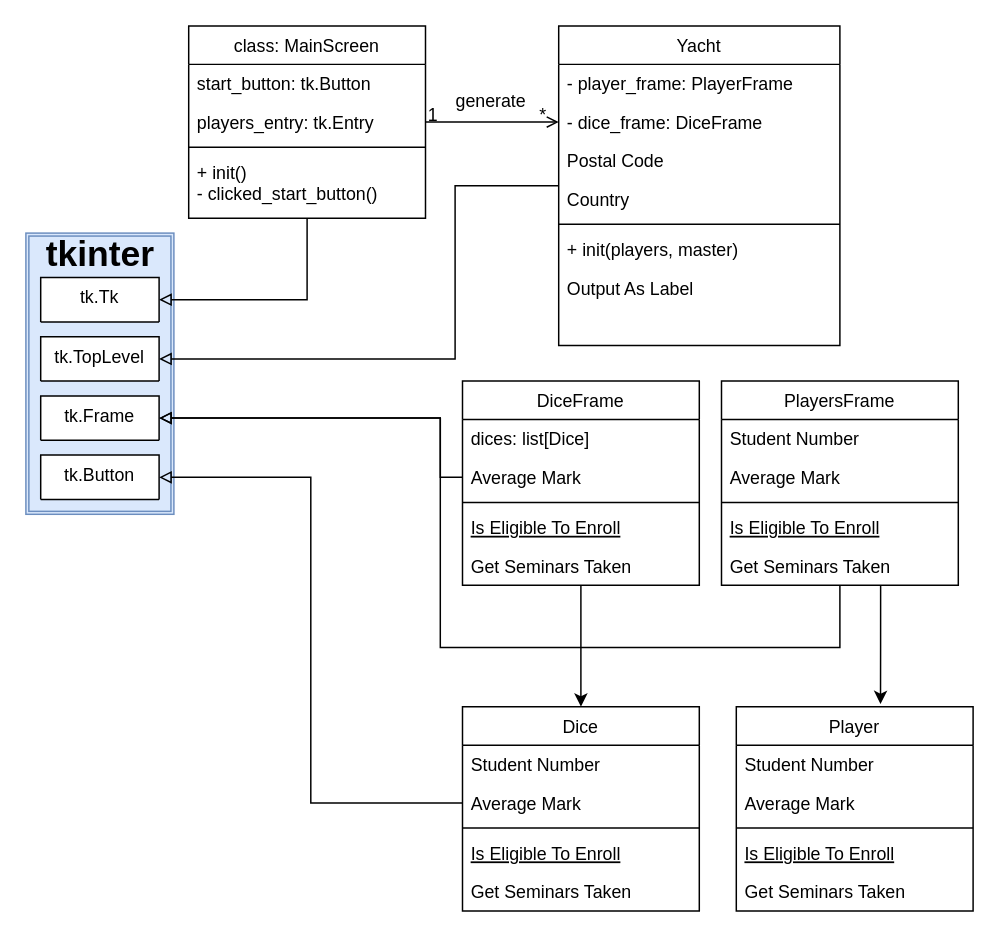
Before: draw_io/名称未設定ファイル.drawio in nosh11/yacht_shisaku, a draw.io diagram. Source tidied: cells renumbered, new cells numbered last; positions are measured from the earlier drawing's top-left corner, leaving out a move shared by most shapes. Both pictures are drawn from the tidied source at 148%, with x=0, y=0 at pixel (25, 25).
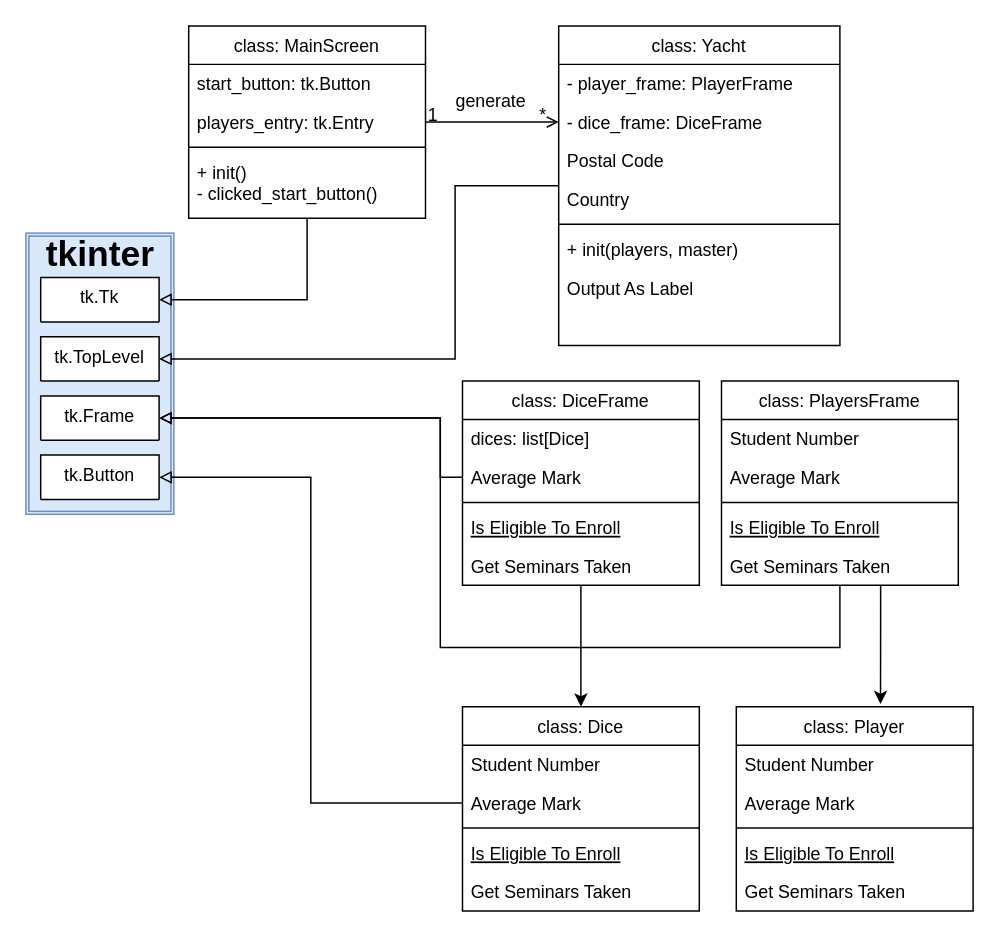
The same page after the edit.

Commit message:
名称未設定ファイル.drawio を更新します

Change to the diagram source:
```diff
@@
-    <mxCell id="10" value="DiceFrame" style="swimlane;fontStyle=0;align=center;verticalAlign=top;horizontal=1;startSize=26;rounded=0;shadow=0;strokeWidth=1;" parent="1" vertex="1">
+    <mxCell id="10" value="class: DiceFrame" style="swimlane;fontStyle=0;align=center;verticalAlign=top;horizontal=1;startSize=26;rounded=0;shadow=0;strokeWidth=1;" parent="1" vertex="1">
       <mxGeometry x="295" y="240" width="160" height="138" as="geometry" />
     </mxCell>
@@
-    <mxCell id="17" value="Yacht" style="swimlane;fontStyle=0;align=center;verticalAlign=top;horizontal=1;startSize=26;rounded=0;shadow=0;strokeWidth=1;" parent="1" vertex="1">
+    <mxCell id="17" value="class: Yacht" style="swimlane;fontStyle=0;align=center;verticalAlign=top;horizontal=1;startSize=26;rounded=0;shadow=0;strokeWidth=1;" parent="1" vertex="1">
       <mxGeometry x="360" width="190" height="216" as="geometry" />
     </mxCell>
@@
-    <mxCell id="35" value="PlayersFrame" style="swimlane;fontStyle=0;align=center;verticalAlign=top;horizontal=1;startSize=26;rounded=0;shadow=0;strokeWidth=1;" parent="1" vertex="1">
+    <mxCell id="35" value="class: PlayersFrame" style="swimlane;fontStyle=0;align=center;verticalAlign=top;horizontal=1;startSize=26;rounded=0;shadow=0;strokeWidth=1;" parent="1" vertex="1">
       <mxGeometry x="470" y="240" width="160" height="138" as="geometry" />
     </mxCell>
@@
-    <mxCell id="41" value="Dice" style="swimlane;fontStyle=0;align=center;verticalAlign=top;horizontal=1;startSize=26;rounded=0;shadow=0;strokeWidth=1;" parent="1" vertex="1">
+    <mxCell id="41" value="class: Dice" style="swimlane;fontStyle=0;align=center;verticalAlign=top;horizontal=1;startSize=26;rounded=0;shadow=0;strokeWidth=1;" parent="1" vertex="1">
       <mxGeometry x="295" y="460" width="160" height="138" as="geometry" />
     </mxCell>
@@
-    <mxCell id="47" value="Player" style="swimlane;fontStyle=0;align=center;verticalAlign=top;horizontal=1;startSize=26;rounded=0;shadow=0;strokeWidth=1;" parent="1" vertex="1">
+    <mxCell id="47" value="class: Player" style="swimlane;fontStyle=0;align=center;verticalAlign=top;horizontal=1;startSize=26;rounded=0;shadow=0;strokeWidth=1;" parent="1" vertex="1">
       <mxGeometry x="480" y="460" width="160" height="138" as="geometry" />
     </mxCell>
```
